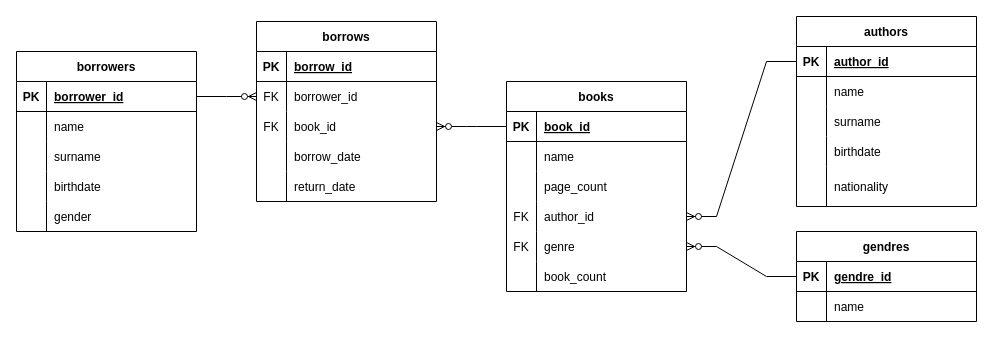
Above: ER_diagram/library.drawio in dudapa/library (draw.io), before the change. Source tidied: cells renumbered, new cells numbered last; positions are measured from the earlier drawing's top-left corner, leaving out a move shared by most shapes. Both pictures are drawn from the tidied source at 100%, with x=0, y=0 at pixel (16, 16).
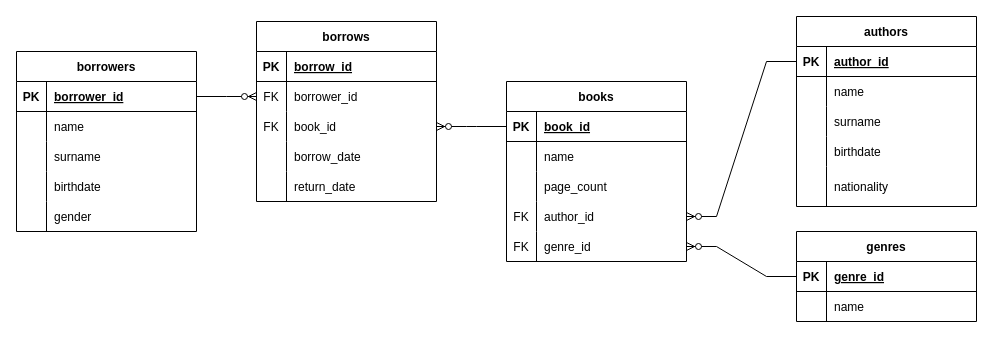
The same diagram, later.

The change refers to these unchanged cells:
```xml
<mxCell id="47" style="shape=tableRow;horizontal=0;startSize=0;swimlaneHead=0;swimlaneBody=0;fillColor=none;points=[[0,0.5],[1,0.5]];portConstraint=eastwest;top=0;left=0;right=0;bottom=0;" parent="34" vertex="1">
  <mxGeometry y="150" width="180" height="30" as="geometry" />
</mxCell>
<mxCell id="72" style="shape=tableRow;horizontal=0;startSize=0;swimlaneHead=0;swimlaneBody=0;fillColor=none;points=[[0,0.5],[1,0.5]];portConstraint=eastwest;top=0;left=0;right=0;bottom=1;" parent="71" vertex="1">
  <mxGeometry y="30" width="180" height="30" as="geometry" />
</mxCell>
```

Diff of the diagram source:
```diff
@@
     <mxCell id="34" value="books" style="shape=table;startSize=30;childLayout=tableLayout;rowLines=0;fontStyle=1;align=center;" parent="1" vertex="1">
-      <mxGeometry x="490" y="65" width="180" height="210" as="geometry" />
+      <mxGeometry x="490" y="65" width="180" height="180" as="geometry" />
     </mxCell>
@@
-    <mxCell id="49" value="genre" style="shape=partialRectangle;fillColor=none;top=0;left=0;bottom=0;right=0;align=left;spacingLeft=6;overflow=hidden;" parent="47" vertex="1">
+    <mxCell id="49" value="genre_id" style="shape=partialRectangle;fillColor=none;top=0;left=0;bottom=0;right=0;align=left;spacingLeft=6;overflow=hidden;" parent="47" vertex="1">
       <mxGeometry x="30" width="150" height="30" as="geometry" />
     </mxCell>
-    <mxCell id="50" style="shape=tableRow;horizontal=0;startSize=0;swimlaneHead=0;swimlaneBody=0;fillColor=none;top=0;left=0;right=0;bottom=0;" parent="34" vertex="1">
-      <mxGeometry y="180" width="180" height="30" as="geometry" />
-    </mxCell>
-    <mxCell id="51" style="shape=partialRectangle;fillColor=none;top=0;left=0;bottom=0;right=0;overflow=hidden;" parent="50" vertex="1">
-      <mxGeometry width="30" height="30" as="geometry" />
-    </mxCell>
-    <mxCell id="52" value="book_count" style="shape=partialRectangle;fillColor=none;top=0;left=0;bottom=0;right=0;align=left;spacingLeft=6;overflow=hidden;" parent="50" vertex="1">
-      <mxGeometry x="30" width="150" height="30" as="geometry" />
-    </mxCell>
@@
-    <mxCell id="71" value="gendres" style="shape=table;startSize=30;childLayout=tableLayout;rowLines=0;fontStyle=1;align=center;" parent="1" vertex="1">
+    <mxCell id="71" value="genres" style="shape=table;startSize=30;childLayout=tableLayout;rowLines=0;fontStyle=1;align=center;" parent="1" vertex="1">
       <mxGeometry x="780" y="215" width="180" height="90" as="geometry" />
     </mxCell>
@@
-    <mxCell id="74" value="gendre_id" style="shape=partialRectangle;fillColor=none;top=0;left=0;bottom=0;right=0;align=left;spacingLeft=6;fontStyle=5;overflow=hidden;" parent="72" vertex="1">
+    <mxCell id="74" value="genre_id" style="shape=partialRectangle;fillColor=none;top=0;left=0;bottom=0;right=0;align=left;spacingLeft=6;fontStyle=5;overflow=hidden;" parent="72" vertex="1">
       <mxGeometry x="30" width="150" height="30" as="geometry" />
     </mxCell>
```
